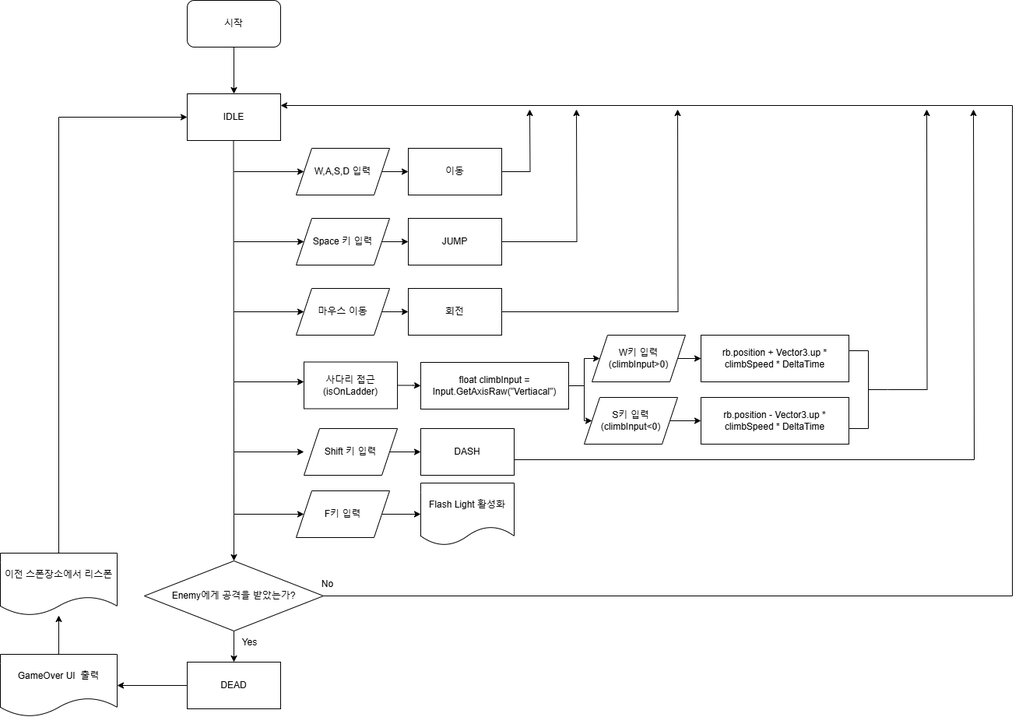
Above: FlowChart/PlayerFlow.drawio.png in shin0624/Studio_Chosun_Heresis (draw.io), before the change. Source tidied: cells renumbered, new cells last; positions are measured from the earlier drawing's top-left corner, leaving out a move shared by most shapes.
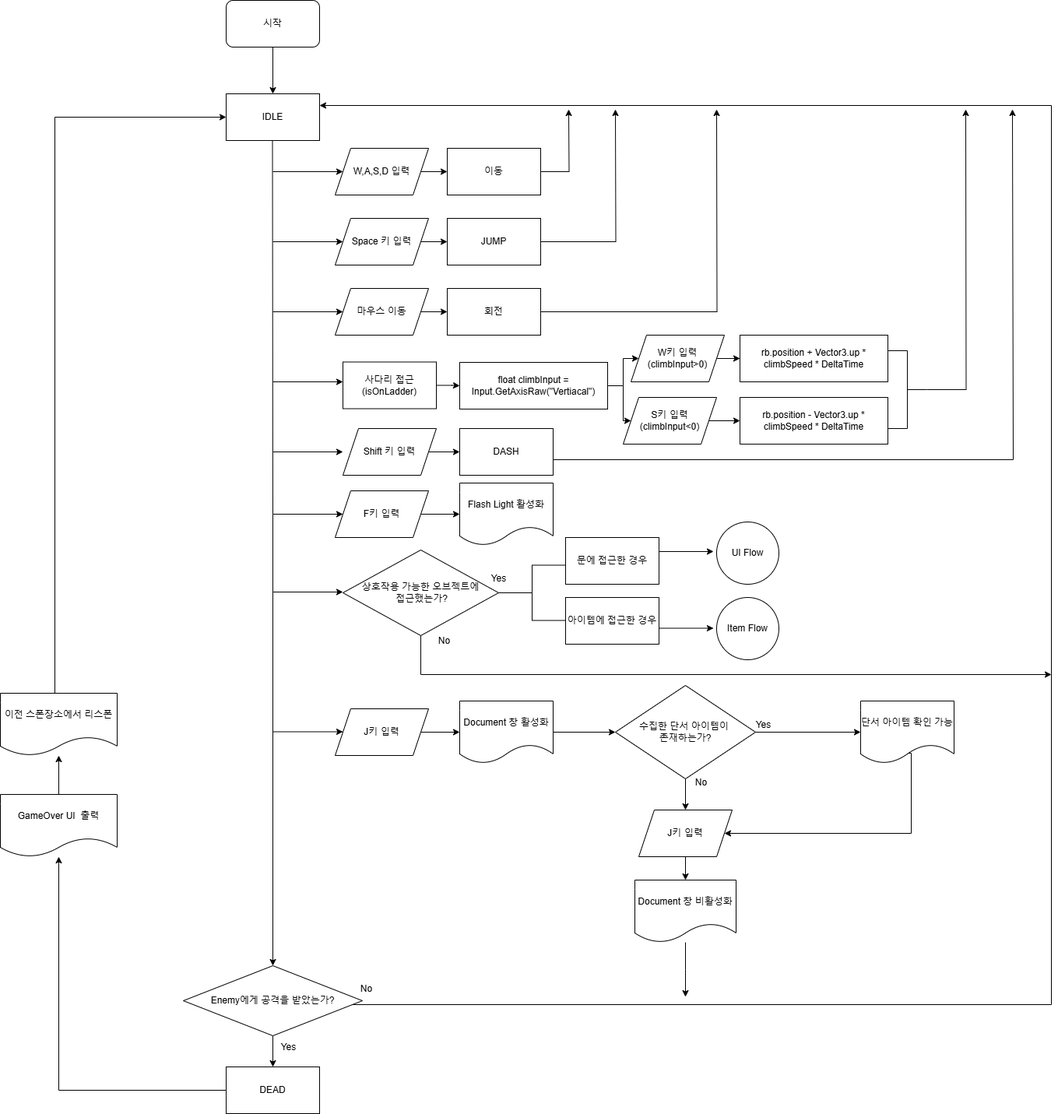
The same diagram one commit later.

Commit message:
플레이어 플로우차트

What changed in the source:
```diff
@@ -168,13 +168,13 @@
     <mxCell id="45" style="edgeStyle=orthogonalEdgeStyle;rounded=0;jettySize=auto;html=1;entryX=1;entryY=0.25;entryDx=0;entryDy=0;" parent="1" edge="1" source="46" target="4">
       <mxGeometry relative="1" as="geometry">
         <Array as="points">
-          <mxPoint x="1300" y="765" />
+          <mxPoint x="1300" y="1290" />
           <mxPoint x="1300" y="135" />
         </Array>
       </mxGeometry>
     </mxCell>
     <mxCell id="46" value="Enemy에게 공격을 받았는가?" style="rhombus;whiteSpace=wrap;html=1;" parent="1" vertex="1">
-      <mxGeometry x="185" y="720" width="230" height="90" as="geometry" />
+      <mxGeometry x="185" y="1240" width="230" height="90" as="geometry" />
     </mxCell>
     <mxCell id="47" style="endArrow=classic;html=1;rounded=0;entryX=0.5;entryY=0;entryDx=0;entryDy=0;" parent="1" edge="1" target="46">
       <mxGeometry relative="1" as="geometry">
@@ -185,29 +185,141 @@
       <mxGeometry relative="1" as="geometry" />
     </mxCell>
     <mxCell id="49" value="DEAD" style="whiteSpace=wrap;html=1;" parent="1" vertex="1">
-      <mxGeometry x="240" y="850" width="120" height="60" as="geometry" />
+      <mxGeometry x="240" y="1370" width="120" height="60" as="geometry" />
     </mxCell>
     <mxCell id="50" style="edgeStyle=orthogonalEdgeStyle;rounded=0;jettySize=auto;html=1;" parent="1" edge="1" source="51" target="54">
       <mxGeometry relative="1" as="geometry" />
     </mxCell>
     <mxCell id="51" value="GameOver UI&amp;nbsp; 출력" style="shape=document;whiteSpace=wrap;html=1;boundedLbl=1;" parent="1" vertex="1">
-      <mxGeometry y="840" width="150" height="80" as="geometry" />
+      <mxGeometry x="-50" y="1020" width="150" height="80" as="geometry" />
     </mxCell>
     <mxCell id="52" value="Yes" style="text;html=1;align=center;verticalAlign=middle;strokeColor=none;fillColor=none;" parent="1" vertex="1">
-      <mxGeometry x="300" y="810" width="40" height="30" as="geometry" />
+      <mxGeometry x="300" y="1330" width="40" height="30" as="geometry" />
     </mxCell>
     <mxCell id="53" style="edgeStyle=orthogonalEdgeStyle;rounded=0;jettySize=auto;html=1;entryX=0;entryY=0.5;entryDx=0;entryDy=0;" parent="1" edge="1" source="54" target="4">
       <mxGeometry relative="1" as="geometry">
         <Array as="points">
-          <mxPoint x="75" y="150" />
+          <mxPoint x="20" y="150" />
         </Array>
       </mxGeometry>
     </mxCell>
     <mxCell id="54" value="이전 스폰장소에서 리스폰" style="shape=document;whiteSpace=wrap;html=1;boundedLbl=1;" parent="1" vertex="1">
-      <mxGeometry y="710" width="150" height="80" as="geometry" />
+      <mxGeometry x="-50" y="890" width="150" height="80" as="geometry" />
     </mxCell>
     <mxCell id="55" value="No" style="text;html=1;align=center;verticalAlign=middle;strokeColor=none;fillColor=none;" parent="1" vertex="1">
-      <mxGeometry x="400" y="735" width="40" height="30" as="geometry" />
+      <mxGeometry x="400" y="1255" width="40" height="30" as="geometry" />
     </mxCell>
+    <mxCell id="56" style="endArrow=classic;html=1;rounded=0;" parent="1" edge="1">
+      <mxGeometry relative="1" as="geometry">
+        <mxPoint x="300" y="760" as="sourcePoint" />
+        <mxPoint x="390" y="760" as="targetPoint" />
+      </mxGeometry>
+    </mxCell>
+    <mxCell id="57" value="상호작용 가능한 오브젝트에&lt;div&gt;&amp;nbsp;접근했는가?&lt;/div&gt;" style="rhombus;whiteSpace=wrap;html=1;" parent="1" vertex="1">
+      <mxGeometry x="390" y="706" width="200" height="110" as="geometry" />
+    </mxCell>
+    <mxCell id="58" value="Yes" style="text;html=1;align=center;verticalAlign=middle;strokeColor=none;fillColor=none;" parent="1" vertex="1">
+      <mxGeometry x="570" y="728" width="40" height="30" as="geometry" />
+    </mxCell>
+    <mxCell id="59" value="No" style="text;html=1;align=center;verticalAlign=middle;strokeColor=none;fillColor=none;" parent="1" vertex="1">
+      <mxGeometry x="500" y="808" width="40" height="30" as="geometry" />
+    </mxCell>
+    <mxCell id="60" style="edgeStyle=orthogonalEdgeStyle;rounded=0;orthogonalLoop=1;jettySize=auto;html=1;" parent="1" edge="1">
+      <mxGeometry relative="1" as="geometry">
+        <mxPoint x="796" y="708" as="sourcePoint" />
+        <mxPoint x="866" y="708" as="targetPoint" />
+      </mxGeometry>
+    </mxCell>
+    <mxCell id="61" value="문에 접근한 경우" style="rounded=0;whiteSpace=wrap;html=1;" parent="1" vertex="1">
+      <mxGeometry x="676" y="690" width="120" height="60" as="geometry" />
+    </mxCell>
+    <mxCell id="62" value="UI Flow" style="ellipse;whiteSpace=wrap;html=1;" parent="1" vertex="1">
+      <mxGeometry x="870" y="670" width="80" height="80" as="geometry" />
+    </mxCell>
+    <mxCell id="63" value="아이템에 접근한 경우" style="rounded=0;whiteSpace=wrap;html=1;" parent="1" vertex="1">
+      <mxGeometry x="676" y="767" width="120" height="60" as="geometry" />
+    </mxCell>
+    <mxCell id="64" style="strokeWidth=1;html=1;shape=mxgraph.flowchart.annotation_2;align=left;labelPosition=right;rotation=0;" parent="1" vertex="1">
+      <mxGeometry x="590" y="725.5" width="86" height="71" as="geometry" />
+    </mxCell>
+    <mxCell id="65" value="Item Flow" style="ellipse;whiteSpace=wrap;html=1;" parent="1" vertex="1">
+      <mxGeometry x="870" y="767" width="80" height="80" as="geometry" />
+    </mxCell>
+    <mxCell id="66" style="edgeStyle=orthogonalEdgeStyle;rounded=0;orthogonalLoop=1;jettySize=auto;html=1;" parent="1" edge="1">
+      <mxGeometry relative="1" as="geometry">
+        <mxPoint x="796" y="806.5" as="sourcePoint" />
+        <mxPoint x="866" y="806.5" as="targetPoint" />
+      </mxGeometry>
+    </mxCell>
+    <mxCell id="67" style="endArrow=classic;html=1;rounded=0;" parent="1" edge="1">
+      <mxGeometry relative="1" as="geometry">
+        <mxPoint x="300" y="939.5" as="sourcePoint" />
+        <mxPoint x="390" y="939.5" as="targetPoint" />
+      </mxGeometry>
+    </mxCell>
+    <mxCell id="68" style="edgeStyle=orthogonalEdgeStyle;rounded=0;jettySize=auto;html=1;" parent="1" edge="1" source="69" target="71">
+      <mxGeometry relative="1" as="geometry" />
+    </mxCell>
+    <mxCell id="69" value="J키 입력" style="shape=parallelogram;perimeter=parallelogramPerimeter;whiteSpace=wrap;html=1;fixedSize=1;" parent="1" vertex="1">
+      <mxGeometry x="380" y="910" width="120" height="60" as="geometry" />
+    </mxCell>
+    <mxCell id="70" style="edgeStyle=orthogonalEdgeStyle;rounded=0;jettySize=auto;html=1;" parent="1" edge="1" source="71" target="74">
+      <mxGeometry relative="1" as="geometry" />
+    </mxCell>
+    <mxCell id="71" value="Document 창 활성화" style="shape=document;whiteSpace=wrap;html=1;boundedLbl=1;" parent="1" vertex="1">
+      <mxGeometry x="540" y="900" width="120" height="80" as="geometry" />
+    </mxCell>
+    <mxCell id="72" style="edgeStyle=orthogonalEdgeStyle;rounded=0;jettySize=auto;html=1;" parent="1" edge="1" source="74" target="76">
+      <mxGeometry relative="1" as="geometry" />
+    </mxCell>
+    <mxCell id="73" style="edgeStyle=orthogonalEdgeStyle;rounded=0;jettySize=auto;html=1;entryX=0.5;entryY=0;entryDx=0;entryDy=0;" parent="1" edge="1" source="74" target="80">
+      <mxGeometry relative="1" as="geometry" />
+    </mxCell>
+    <mxCell id="74" value="수집한 단서 아이템이&amp;nbsp;&lt;div&gt;존재하는가?&lt;/div&gt;" style="rhombus;whiteSpace=wrap;html=1;" parent="1" vertex="1">
+      <mxGeometry x="740" y="880" width="180" height="120" as="geometry" />
+    </mxCell>
+    <mxCell id="75" style="edgeStyle=orthogonalEdgeStyle;rounded=0;jettySize=auto;html=1;entryX=1;entryY=0.5;entryDx=0;entryDy=0;exitX=0.55;exitY=0.8;exitDx=0;exitDy=0;exitPerimeter=0;" parent="1" edge="1" source="76" target="80">
+      <mxGeometry relative="1" as="geometry">
+        <Array as="points">
+          <mxPoint x="1116" y="967" />
+          <mxPoint x="1120" y="967" />
+          <mxPoint x="1120" y="1070" />
+        </Array>
+      </mxGeometry>
+    </mxCell>
+    <mxCell id="76" value="단서 아이템 확인 가능" style="shape=document;whiteSpace=wrap;html=1;boundedLbl=1;" parent="1" vertex="1">
+      <mxGeometry x="1055" y="900" width="120" height="80" as="geometry" />
+    </mxCell>
+    <mxCell id="77" value="Yes" style="text;html=1;align=center;verticalAlign=middle;strokeColor=none;fillColor=none;" parent="1" vertex="1">
+      <mxGeometry x="910" y="916" width="40" height="30" as="geometry" />
+    </mxCell>
+    <mxCell id="78" value="No" style="text;html=1;align=center;verticalAlign=middle;strokeColor=none;fillColor=none;" parent="1" vertex="1">
+      <mxGeometry x="830" y="990" width="40" height="30" as="geometry" />
+    </mxCell>
+    <mxCell id="79" style="edgeStyle=orthogonalEdgeStyle;rounded=0;jettySize=auto;html=1;" parent="1" edge="1" source="80" target="82">
+      <mxGeometry relative="1" as="geometry" />
+    </mxCell>
+    <mxCell id="80" value="J키 입력" style="shape=parallelogram;perimeter=parallelogramPerimeter;whiteSpace=wrap;html=1;fixedSize=1;" parent="1" vertex="1">
+      <mxGeometry x="770" y="1040" width="120" height="60" as="geometry" />
+    </mxCell>
+    <mxCell id="81" style="edgeStyle=orthogonalEdgeStyle;rounded=0;jettySize=auto;html=1;" parent="1" edge="1" source="82">
+      <mxGeometry relative="1" as="geometry">
+        <mxPoint x="830" y="1280" as="targetPoint" />
+      </mxGeometry>
+    </mxCell>
+    <mxCell id="82" value="Document 창 비활성화" style="shape=document;whiteSpace=wrap;html=1;boundedLbl=1;" parent="1" vertex="1">
+      <mxGeometry x="765" y="1130" width="130" height="80" as="geometry" />
+    </mxCell>
+    <mxCell id="83" style="endArrow=classic;html=1;rounded=0;" parent="1" edge="1">
+      <mxGeometry relative="1" as="geometry">
+        <mxPoint x="490" y="866" as="sourcePoint" />
+        <mxPoint x="1300" y="866" as="targetPoint" />
+      </mxGeometry>
+    </mxCell>
+    <mxCell id="84" style="endArrow=none;html=1;rounded=0;" parent="1" edge="1" target="57">
+      <mxGeometry relative="1" as="geometry">
+        <mxPoint x="490" y="866" as="sourcePoint" />
+      </mxGeometry>
+    </mxCell>
   </root>
 </mxGraphModel>
```
